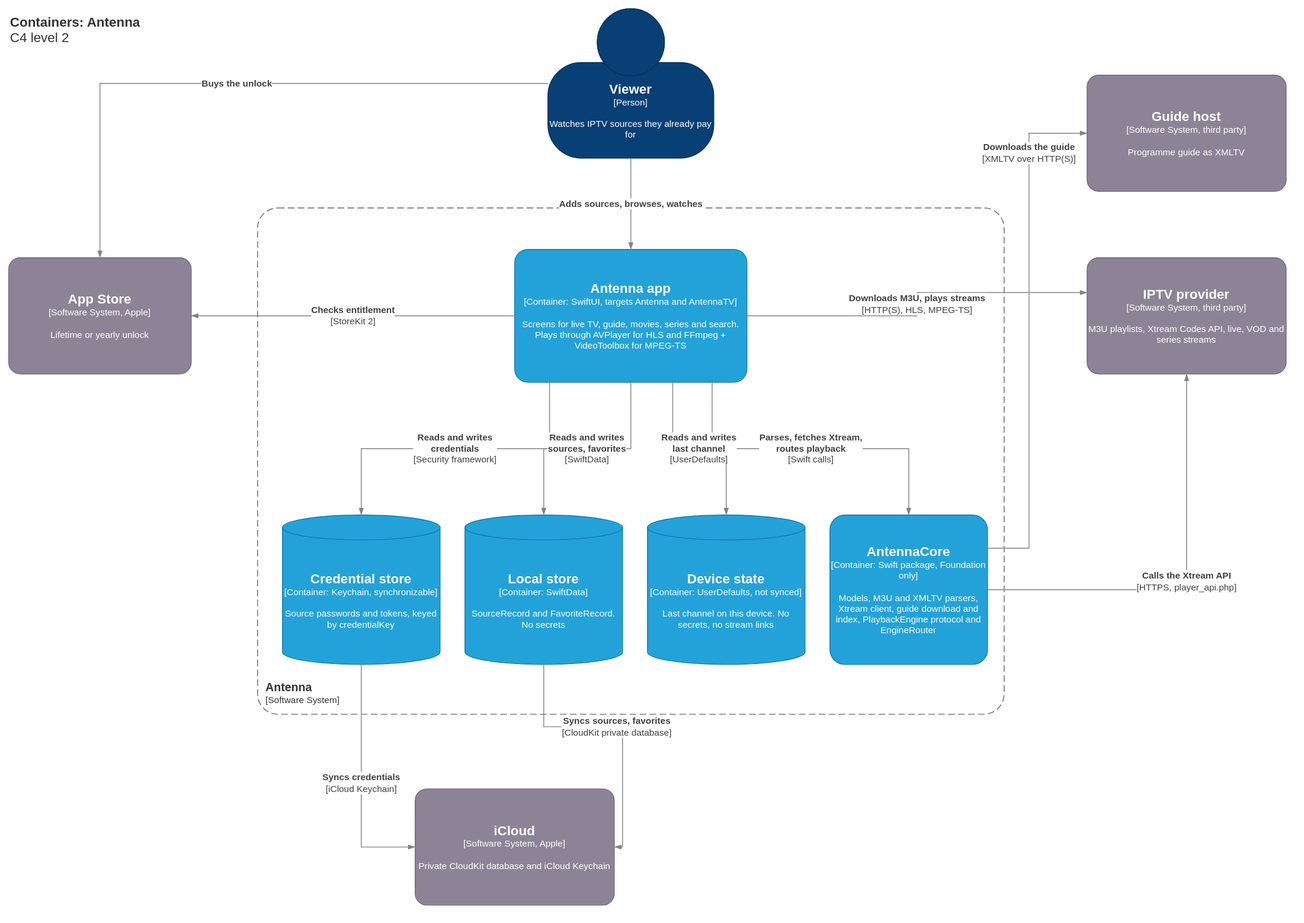
Above: docs/architecture/c4-container.drawio.svg in OlofLoov/antenna (draw.io), before the change. Source tidied: cells renumbered, new cells last; positions are measured from the earlier drawing's top-left corner, leaving out a move shared by most shapes.
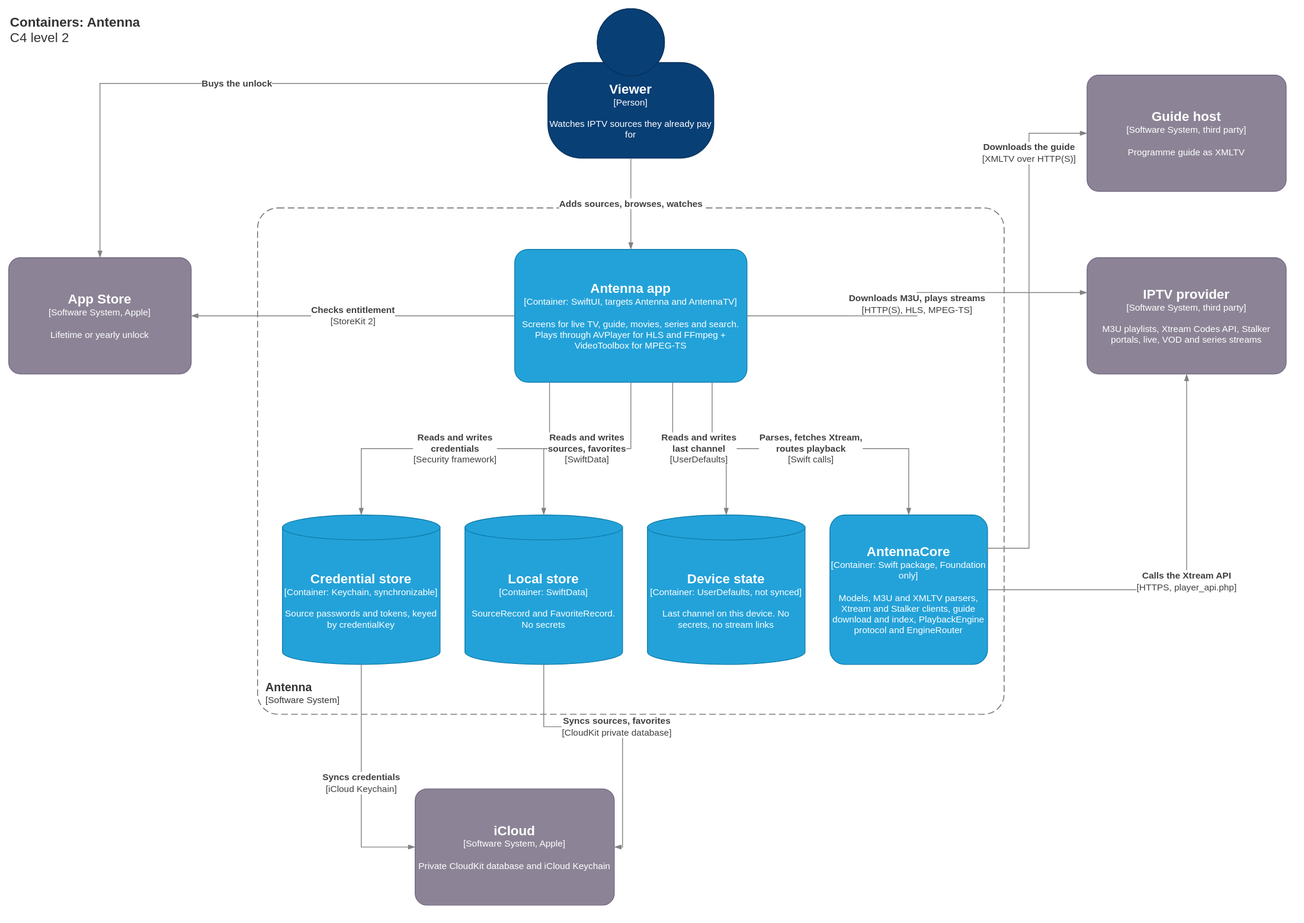
After the commit.

The edit, as a diff of the source:
```diff
@@ -23,7 +23,7 @@
     <mxCell id="8" value="&lt;font style='font-size:16px'&gt;&lt;b&gt;Device state&lt;/b&gt;&lt;/font&gt;&lt;div&gt;[Container: UserDefaults, not synced]&lt;/div&gt;&lt;br&gt;&lt;div&gt;Last channel on this device. No secrets, no stream links&lt;/div&gt;" style="shape=cylinder3;size=15;boundedLbl=1;whiteSpace=wrap;html=1;labelBackgroundColor=none;fillColor=#23A2D9;fontColor=#ffffff;align=center;strokeColor=#0E7DAD;fontSize=11;" parent="1" vertex="1">
       <mxGeometry x="770" y="610" width="190" height="180" as="geometry" />
     </mxCell>
-    <mxCell id="9" value="&lt;font style='font-size:16px'&gt;&lt;b&gt;AntennaCore&lt;/b&gt;&lt;/font&gt;&lt;div&gt;[Container: Swift package, Foundation only]&lt;/div&gt;&lt;br&gt;&lt;div&gt;Models, M3U and XMLTV parsers, Xtream client, guide download and index, PlaybackEngine protocol and EngineRouter&lt;/div&gt;" style="rounded=1;whiteSpace=wrap;html=1;labelBackgroundColor=none;fillColor=#23A2D9;fontColor=#ffffff;align=center;arcSize=10;strokeColor=#0E7DAD;fontSize=11;" parent="1" vertex="1">
+    <mxCell id="9" value="&lt;font style='font-size:16px'&gt;&lt;b&gt;AntennaCore&lt;/b&gt;&lt;/font&gt;&lt;div&gt;[Container: Swift package, Foundation only]&lt;/div&gt;&lt;br&gt;&lt;div&gt;Models, M3U and XMLTV parsers, Xtream and Stalker clients, guide download and index, PlaybackEngine protocol and EngineRouter&lt;/div&gt;" style="rounded=1;whiteSpace=wrap;html=1;labelBackgroundColor=none;fillColor=#23A2D9;fontColor=#ffffff;align=center;arcSize=10;strokeColor=#0E7DAD;fontSize=11;" parent="1" vertex="1">
       <mxGeometry x="990" y="610" width="190" height="180" as="geometry" />
     </mxCell>
     <mxCell id="10" value="&lt;font style='font-size:16px'&gt;&lt;b&gt;App Store&lt;/b&gt;&lt;/font&gt;&lt;div&gt;[Software System, Apple]&lt;/div&gt;&lt;br&gt;&lt;div&gt;Lifetime or yearly unlock&lt;/div&gt;" style="rounded=1;whiteSpace=wrap;html=1;labelBackgroundColor=none;fillColor=#8C8496;fontColor=#ffffff;align=center;arcSize=10;strokeColor=#736782;fontSize=11;" parent="1" vertex="1">
@@ -32,7 +32,7 @@
     <mxCell id="11" value="&lt;font style='font-size:16px'&gt;&lt;b&gt;iCloud&lt;/b&gt;&lt;/font&gt;&lt;div&gt;[Software System, Apple]&lt;/div&gt;&lt;br&gt;&lt;div&gt;Private CloudKit database and iCloud Keychain&lt;/div&gt;" style="rounded=1;whiteSpace=wrap;html=1;labelBackgroundColor=none;fillColor=#8C8496;fontColor=#ffffff;align=center;arcSize=10;strokeColor=#736782;fontSize=11;" parent="1" vertex="1">
       <mxGeometry x="490" y="940" width="240" height="140" as="geometry" />
     </mxCell>
-    <mxCell id="12" value="&lt;font style='font-size:16px'&gt;&lt;b&gt;IPTV provider&lt;/b&gt;&lt;/font&gt;&lt;div&gt;[Software System, third party]&lt;/div&gt;&lt;br&gt;&lt;div&gt;M3U playlists, Xtream Codes API, live, VOD and series streams&lt;/div&gt;" style="rounded=1;whiteSpace=wrap;html=1;labelBackgroundColor=none;fillColor=#8C8496;fontColor=#ffffff;align=center;arcSize=10;strokeColor=#736782;fontSize=11;" parent="1" vertex="1">
+    <mxCell id="12" value="&lt;font style='font-size:16px'&gt;&lt;b&gt;IPTV provider&lt;/b&gt;&lt;/font&gt;&lt;div&gt;[Software System, third party]&lt;/div&gt;&lt;br&gt;&lt;div&gt;M3U playlists, Xtream Codes API, Stalker portals, live, VOD and series streams&lt;/div&gt;" style="rounded=1;whiteSpace=wrap;html=1;labelBackgroundColor=none;fillColor=#8C8496;fontColor=#ffffff;align=center;arcSize=10;strokeColor=#736782;fontSize=11;" parent="1" vertex="1">
       <mxGeometry x="1300" y="300" width="240" height="140" as="geometry" />
     </mxCell>
     <mxCell id="13" value="&lt;font style='font-size:16px'&gt;&lt;b&gt;Guide host&lt;/b&gt;&lt;/font&gt;&lt;div&gt;[Software System, third party]&lt;/div&gt;&lt;br&gt;&lt;div&gt;Programme guide as XMLTV&lt;/div&gt;" style="rounded=1;whiteSpace=wrap;html=1;labelBackgroundColor=none;fillColor=#8C8496;fontColor=#ffffff;align=center;arcSize=10;strokeColor=#736782;fontSize=11;" parent="1" vertex="1">
```
